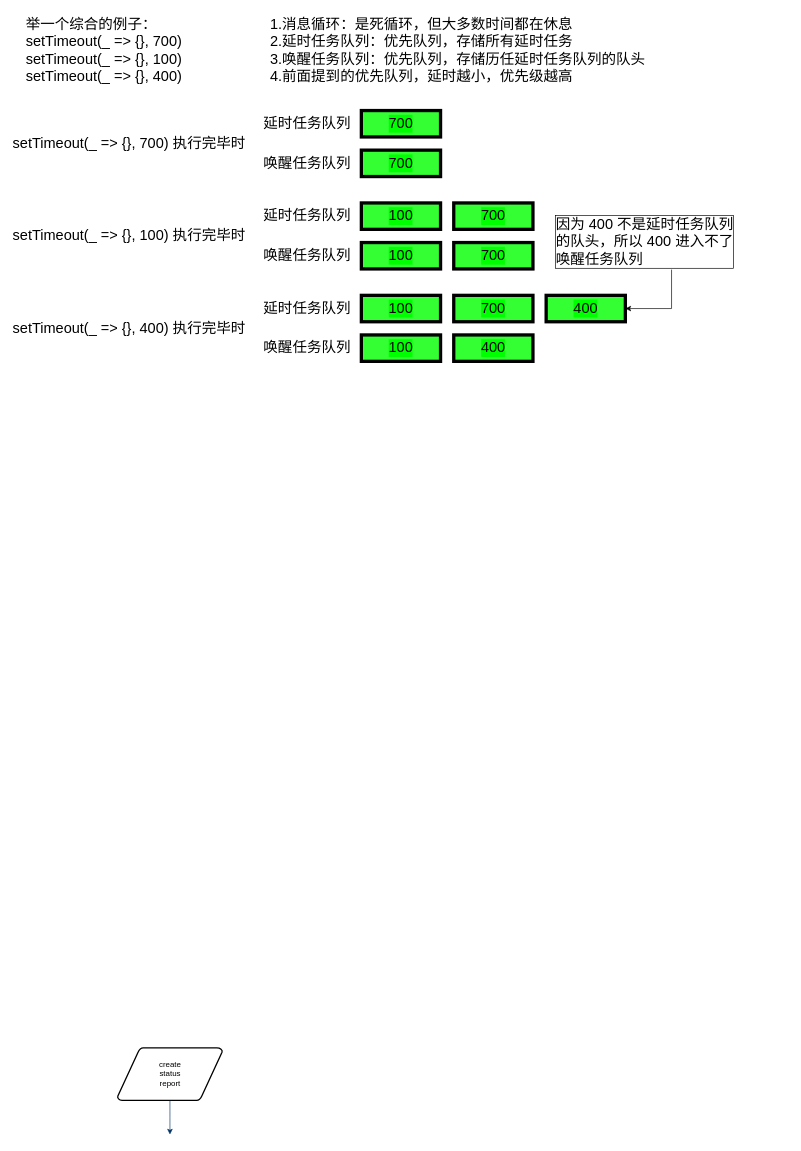
Above: assets/Untitled Diagram.drawio in xudale/blog (draw.io), before the change. Source tidied: cells renumbered, new cells numbered last; positions are measured from the earlier drawing's top-left corner, leaving out a move shared by most shapes. Both pictures are drawn from the tidied source at 66%, with x=0, y=0 at pixel (11, 11).
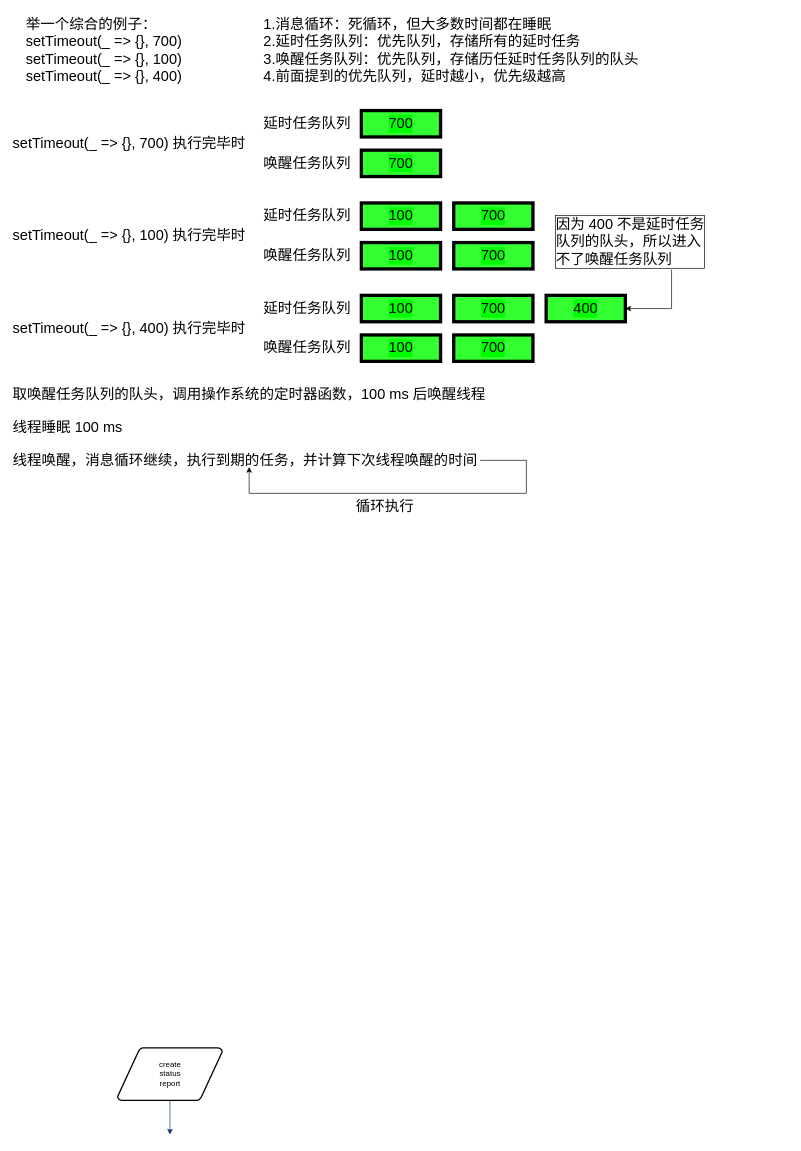
The same diagram, later.

What changed in the source:
```diff
@@
-    <mxCell id="5" value="1.消息循环：是死循环，但大多数时间都在休息&lt;br&gt;2.延时任务队列：优先队列，存储所有延时任务&lt;br&gt;3.唤醒任务队列：优先队列，存储历任延时任务队列的队头&lt;br&gt;4.前面提到的优先队列，延时越小，优先级越高" style="text;html=1;strokeColor=none;fillColor=none;align=left;verticalAlign=top;whiteSpace=wrap;rounded=0;strokeWidth=5;perimeterSpacing=1;fontSize=22;horizontal=1;" parent="1" vertex="1">
-      <mxGeometry x="390" width="658" height="120" as="geometry" />
+    <mxCell id="5" value="1.消息循环：死循环，但大多数时间都在睡眠&lt;br&gt;2.延时任务队列：优先队列，存储所有的延时任务&lt;br&gt;3.唤醒任务队列：优先队列，存储历任延时任务队列的队头&lt;br&gt;4.前面提到的优先队列，延时越小，优先级越高" style="text;html=1;strokeColor=none;fillColor=none;align=left;verticalAlign=top;whiteSpace=wrap;rounded=0;strokeWidth=5;perimeterSpacing=1;fontSize=22;horizontal=1;" parent="1" vertex="1">
+      <mxGeometry x="380" width="658" height="120" as="geometry" />
     </mxCell>
@@
-    <mxCell id="24" value="400" style="rounded=0;whiteSpace=wrap;html=1;fontSize=22;strokeWidth=5;align=center;verticalAlign=middle;labelBackgroundColor=#00FF00;fillColor=#33FF33;" parent="1" vertex="1">
+    <mxCell id="24" value="700" style="rounded=0;whiteSpace=wrap;html=1;fontSize=22;strokeWidth=5;align=center;verticalAlign=middle;labelBackgroundColor=#00FF00;fillColor=#33FF33;" parent="1" vertex="1">
       <mxGeometry x="670" y="490" width="120" height="40" as="geometry" />
     </mxCell>
@@
-    <mxCell id="27" value="因为 400 不是延时任务队列&lt;br&gt;的队头，所以 400 进入不了&lt;br&gt;唤醒任务队列" style="text;html=1;strokeColor=none;fillColor=none;align=left;verticalAlign=top;whiteSpace=wrap;rounded=0;strokeWidth=5;perimeterSpacing=1;fontSize=22;horizontal=1;labelBorderColor=#000000;spacingTop=2;spacingLeft=2;spacingBottom=2;spacingRight=8;" parent="1" vertex="1">
+    <mxCell id="27" value="因为 400 不是延时任务&lt;br&gt;队列的队头，所以进入&lt;br&gt;不了唤醒任务队列" style="text;html=1;strokeColor=none;fillColor=none;align=left;verticalAlign=top;whiteSpace=wrap;rounded=0;strokeWidth=5;perimeterSpacing=1;fontSize=22;horizontal=1;labelBorderColor=#000000;spacingTop=2;spacingLeft=2;spacingBottom=2;spacingRight=8;" parent="1" vertex="1">
       <mxGeometry x="820" y="300" width="360" height="90" as="geometry" />
     </mxCell>
+    <mxCell id="28" value="取唤醒任务队列的队头，调用操作系统的定时器函数，100 ms 后唤醒线程" style="text;html=1;strokeColor=none;fillColor=none;align=left;verticalAlign=top;whiteSpace=wrap;rounded=0;strokeWidth=5;perimeterSpacing=1;fontSize=22;horizontal=1;" parent="1" vertex="1">
+      <mxGeometry y="560" width="800" height="40" as="geometry" />
+    </mxCell>
+    <mxCell id="29" value="线程睡眠 100 ms" style="text;html=1;strokeColor=none;fillColor=none;align=left;verticalAlign=top;whiteSpace=wrap;rounded=0;strokeWidth=5;perimeterSpacing=1;fontSize=22;horizontal=1;" parent="1" vertex="1">
+      <mxGeometry y="610" width="800" height="40" as="geometry" />
+    </mxCell>
+    <mxCell id="30" value="线程唤醒，消息循环继续，执行到期的任务，并计算下次线程唤醒的时间" style="text;html=1;strokeColor=none;fillColor=none;align=left;verticalAlign=top;whiteSpace=wrap;rounded=0;strokeWidth=5;perimeterSpacing=1;fontSize=22;horizontal=1;" parent="1" vertex="1">
+      <mxGeometry y="660" width="710" height="40" as="geometry" />
+    </mxCell>
+    <mxCell id="31" style="endArrow=none;html=1;fontSize=22;fontColor=#000;" parent="1" edge="1">
+      <mxGeometry relative="1" as="geometry">
+        <mxPoint x="710" y="680" as="sourcePoint" />
+        <mxPoint x="780" y="680" as="targetPoint" />
+      </mxGeometry>
+    </mxCell>
+    <mxCell id="32" style="endArrow=none;html=1;fontSize=22;fontColor=#000;" parent="1" edge="1">
+      <mxGeometry relative="1" as="geometry">
+        <mxPoint x="780" y="730" as="sourcePoint" />
+        <mxPoint x="780" y="680" as="targetPoint" />
+      </mxGeometry>
+    </mxCell>
+    <mxCell id="33" style="endArrow=none;html=1;fontSize=22;fontColor=#000;" parent="1" edge="1">
+      <mxGeometry relative="1" as="geometry">
+        <mxPoint x="360" y="730" as="sourcePoint" />
+        <mxPoint x="780" y="730" as="targetPoint" />
+      </mxGeometry>
+    </mxCell>
+    <mxCell id="34" style="endArrow=classic;html=1;fontSize=22;fontColor=#000;" parent="1" edge="1">
+      <mxGeometry relative="1" as="geometry">
+        <mxPoint x="360" y="730" as="sourcePoint" />
+        <mxPoint x="360" y="690" as="targetPoint" />
+      </mxGeometry>
+    </mxCell>
+    <mxCell id="35" value="循环执行" style="text;html=1;strokeColor=none;fillColor=none;align=left;verticalAlign=top;whiteSpace=wrap;rounded=0;strokeWidth=5;perimeterSpacing=1;fontSize=22;horizontal=1;" parent="1" vertex="1">
+      <mxGeometry x="520" y="730" width="100" height="40" as="geometry" />
+    </mxCell>
```
